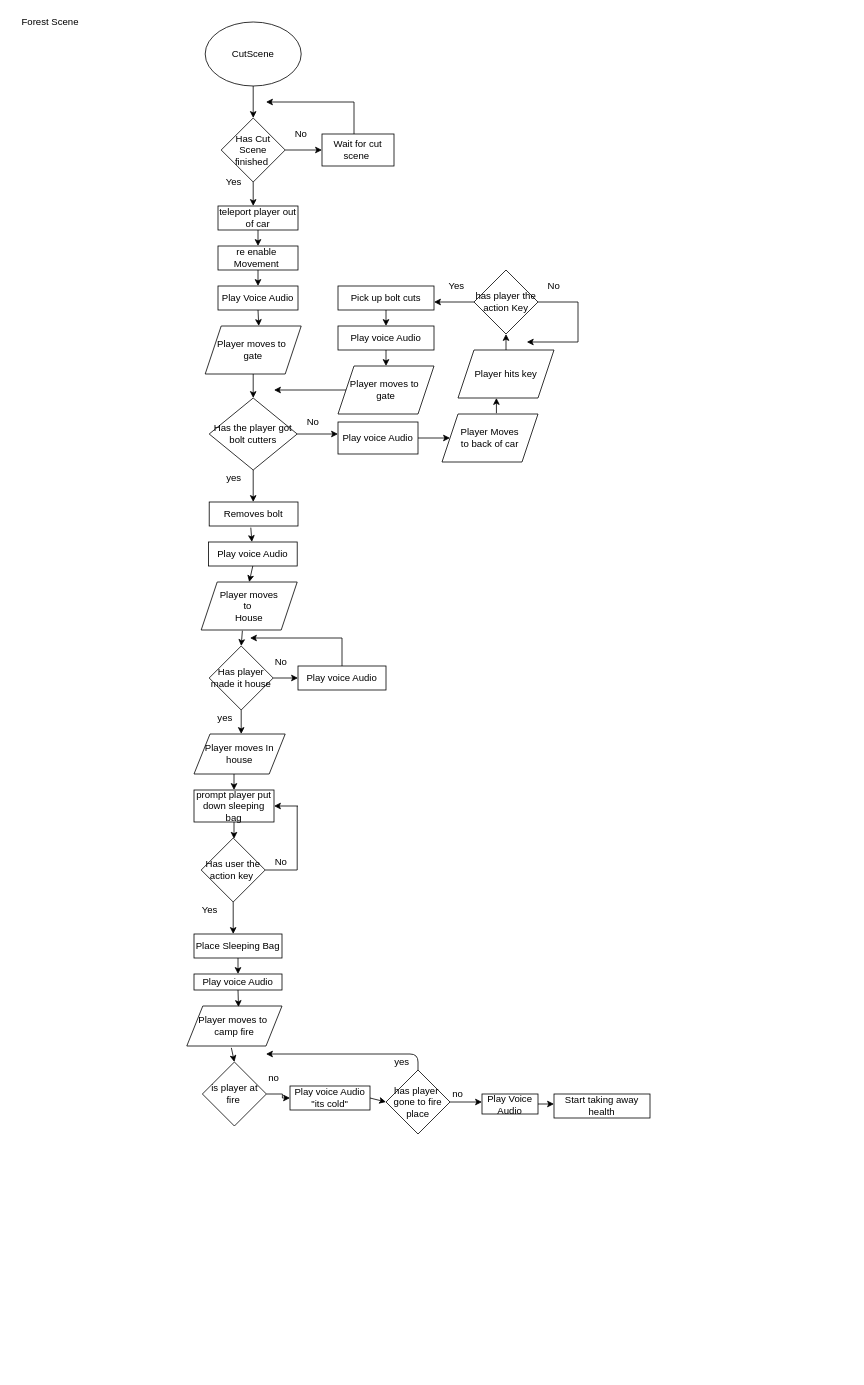
Above: page "Page-2" (2 of 2) of Untitled Diagram.drawio in bennyboy743/Walk-In-Woods-Main (draw.io), before the change. Source tidied: cells renumbered, new cells numbered last; positions are measured from the earlier drawing's top-left corner, leaving out a move shared by most shapes. Both pictures are drawn from the tidied source at 80%, with x=0, y=0 at pixel (14, 14).
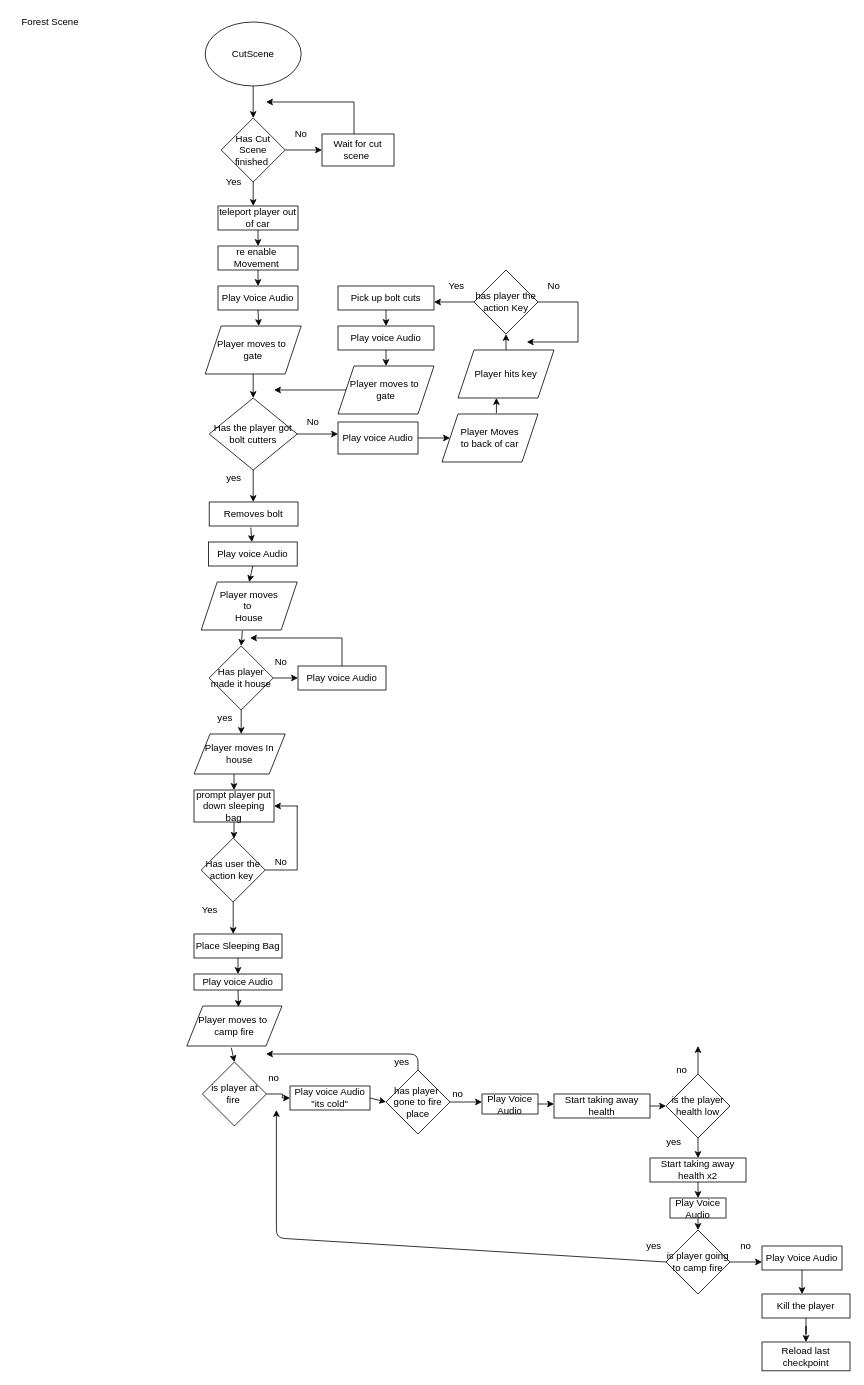
After the change.

Commit message:
added when to kill player

Unchanged cells that the change refers to:
```xml
<mxCell id="87" value="Start taking away health" style="rounded=0;whiteSpace=wrap;html=1;" parent="1" vertex="1">
  <mxGeometry x="675" y="1350" width="120" height="30" as="geometry" />
</mxCell>
```

What changed in the source:
```diff
@@
+    <mxCell id="88" value="is the player health low" style="rhombus;whiteSpace=wrap;html=1;" parent="1" vertex="1">
+      <mxGeometry x="815" y="1325" width="80" height="80" as="geometry" />
+    </mxCell>
+    <mxCell id="89" style="endArrow=classic;html=1;exitX=1;exitY=0.5;exitDx=0;exitDy=0;entryX=0;entryY=0.5;entryDx=0;entryDy=0;" parent="1" edge="1" source="87" target="88">
+      <mxGeometry relative="1" as="geometry" />
+    </mxCell>
+    <mxCell id="90" style="endArrow=classic;html=1;exitX=0.5;exitY=1;exitDx=0;exitDy=0;" parent="1" edge="1" source="88">
+      <mxGeometry relative="1" as="geometry">
+        <mxPoint x="855" y="1430" as="targetPoint" />
+      </mxGeometry>
+    </mxCell>
+    <mxCell id="91" value="yes" style="text;html=1;strokeColor=none;fillColor=none;align=center;verticalAlign=middle;whiteSpace=wrap;rounded=0;" parent="1" vertex="1">
+      <mxGeometry x="805" y="1400" width="40" height="20" as="geometry" />
+    </mxCell>
+    <mxCell id="92" style="endArrow=classic;html=1;exitX=0.5;exitY=0;exitDx=0;exitDy=0;" parent="1" edge="1" source="88">
+      <mxGeometry relative="1" as="geometry">
+        <mxPoint x="855" y="1290" as="targetPoint" />
+      </mxGeometry>
+    </mxCell>
+    <mxCell id="93" value="no" style="text;html=1;strokeColor=none;fillColor=none;align=center;verticalAlign=middle;whiteSpace=wrap;rounded=0;" parent="1" vertex="1">
+      <mxGeometry x="815" y="1310" width="40" height="20" as="geometry" />
+    </mxCell>
+    <mxCell id="94" value="Start taking away health x2" style="rounded=0;whiteSpace=wrap;html=1;" parent="1" vertex="1">
+      <mxGeometry x="795" y="1430" width="120" height="30" as="geometry" />
+    </mxCell>
+    <mxCell id="95" value="Play Voice Audio&lt;br&gt;" style="rounded=0;whiteSpace=wrap;html=1;" parent="1" vertex="1">
+      <mxGeometry x="820" y="1480" width="70" height="25" as="geometry" />
+    </mxCell>
+    <mxCell id="96" style="endArrow=classic;html=1;exitX=0.5;exitY=1;exitDx=0;exitDy=0;entryX=0.5;entryY=0;entryDx=0;entryDy=0;" parent="1" edge="1" source="94" target="95">
+      <mxGeometry relative="1" as="geometry" />
+    </mxCell>
+    <mxCell id="97" value="is player going to camp fire" style="rhombus;whiteSpace=wrap;html=1;" parent="1" vertex="1">
+      <mxGeometry x="815" y="1520" width="80" height="80" as="geometry" />
+    </mxCell>
+    <mxCell id="98" style="endArrow=classic;html=1;exitX=0.5;exitY=1;exitDx=0;exitDy=0;" parent="1" edge="1" source="95" target="97">
+      <mxGeometry relative="1" as="geometry" />
+    </mxCell>
+    <mxCell id="99" style="endArrow=classic;html=1;exitX=0;exitY=0.5;exitDx=0;exitDy=0;" parent="1" edge="1" source="97">
+      <mxGeometry relative="1" as="geometry">
+        <mxPoint x="328" y="1370" as="targetPoint" />
+        <Array as="points">
+          <mxPoint x="328" y="1530" />
+        </Array>
+      </mxGeometry>
+    </mxCell>
+    <mxCell id="100" value="yes" style="text;html=1;strokeColor=none;fillColor=none;align=center;verticalAlign=middle;whiteSpace=wrap;rounded=0;" parent="1" vertex="1">
+      <mxGeometry x="780" y="1530" width="40" height="20" as="geometry" />
+    </mxCell>
+    <mxCell id="101" style="endArrow=classic;html=1;exitX=1;exitY=0.5;exitDx=0;exitDy=0;" parent="1" edge="1" source="97">
+      <mxGeometry relative="1" as="geometry">
+        <mxPoint x="935" y="1560" as="targetPoint" />
+      </mxGeometry>
+    </mxCell>
+    <mxCell id="102" value="no" style="text;html=1;strokeColor=none;fillColor=none;align=center;verticalAlign=middle;whiteSpace=wrap;rounded=0;" parent="1" vertex="1">
+      <mxGeometry x="895" y="1530" width="40" height="20" as="geometry" />
+    </mxCell>
+    <mxCell id="103" style="edgeStyle=orthogonalEdgeStyle;rounded=0;jettySize=auto;html=1;" parent="1" edge="1" source="104">
+      <mxGeometry relative="1" as="geometry">
+        <mxPoint x="985" y="1600" as="targetPoint" />
+      </mxGeometry>
+    </mxCell>
+    <mxCell id="104" value="Play Voice Audio" style="rounded=0;whiteSpace=wrap;html=1;" parent="1" vertex="1">
+      <mxGeometry x="935" y="1540" width="100" height="30" as="geometry" />
+    </mxCell>
+    <mxCell id="105" style="edgeStyle=orthogonalEdgeStyle;rounded=0;jettySize=auto;html=1;" parent="1" edge="1" source="106" target="107">
+      <mxGeometry relative="1" as="geometry" />
+    </mxCell>
+    <mxCell id="106" value="Kill the player" style="rounded=0;whiteSpace=wrap;html=1;" parent="1" vertex="1">
+      <mxGeometry x="935" y="1600" width="110" height="30" as="geometry" />
+    </mxCell>
+    <mxCell id="107" value="Reload last checkpoint" style="rounded=0;whiteSpace=wrap;html=1;" parent="1" vertex="1">
+      <mxGeometry x="935" y="1660" width="110" height="36" as="geometry" />
+    </mxCell>
```
